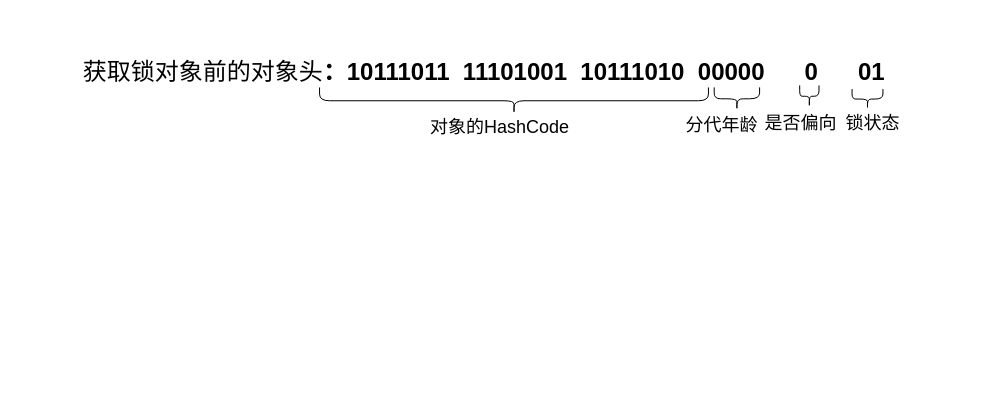
The draw.io diagram 面试官问我sychronized.drawio in JavaLiuTongXue/repo2, before the edit. Source tidied: cells renumbered, new cells numbered last; positions are measured from the earlier drawing's top-left corner, leaving out a move shared by most shapes. Both pictures are drawn from the tidied source at 100%, with x=0, y=0 at pixel (17, -94).
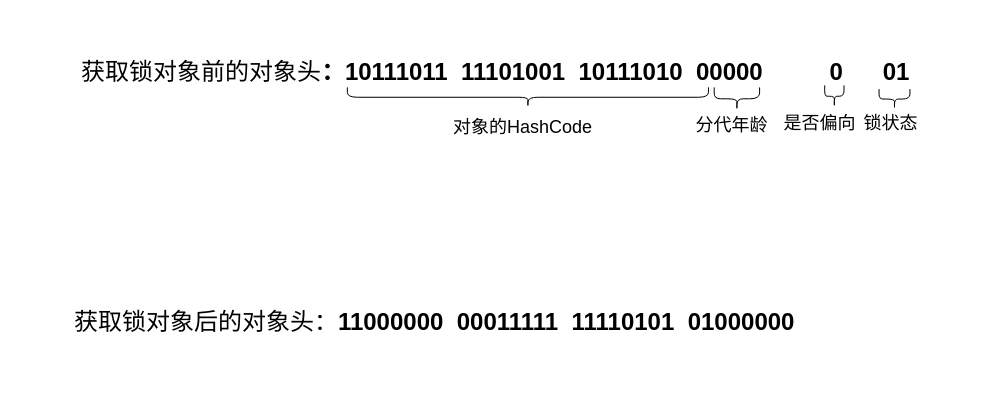
After the change.

Commit message (it also covers changes not shown here):
更新面试官问我sychronized.drawio

Change to the diagram source:
```diff
@@
 <mxGraphModel>
   <root>
     <mxCell id="0" />
     <mxCell id="1" parent="0" />
-    <mxCell id="2" value="&lt;font&gt;&lt;font style=&quot;font-size: 24px&quot;&gt;获取锁对象前的对象头&lt;/font&gt;&lt;span style=&quot;font-weight: bold ; font-size: 24px&quot;&gt;：10111011&amp;nbsp; 11101001&amp;nbsp; 10111010&amp;nbsp; 00000&amp;nbsp; &amp;nbsp; &amp;nbsp; 0&amp;nbsp; &amp;nbsp; &amp;nbsp; 01&amp;nbsp;&lt;/span&gt;&lt;/font&gt;" style="text;html=1;strokeColor=none;fillColor=none;align=center;verticalAlign=middle;whiteSpace=wrap;rounded=0;" parent="1" vertex="1">
-      <mxGeometry y="111" width="940" height="110" as="geometry" />
+    <mxCell id="2" value="&lt;font&gt;&lt;font style=&quot;font-size: 24px&quot;&gt;获取锁对象前的对象头&lt;/font&gt;&lt;span style=&quot;font-weight: bold ; font-size: 24px&quot;&gt;：10111011&amp;nbsp; 11101001&amp;nbsp; 10111010&amp;nbsp; 00000&amp;nbsp; &amp;nbsp; &amp;nbsp; &amp;nbsp; &amp;nbsp; 0&amp;nbsp; &amp;nbsp; &amp;nbsp; 01&amp;nbsp;&lt;/span&gt;&lt;/font&gt;" style="text;html=1;strokeColor=none;fillColor=none;align=center;verticalAlign=middle;whiteSpace=wrap;rounded=0;" parent="1" vertex="1">
+      <mxGeometry x="3" y="111" width="957" height="110" as="geometry" />
     </mxCell>
     <mxCell id="3" style="shape=curlyBracket;whiteSpace=wrap;html=1;rounded=1;flipH=1;fontSize=24;rotation=90;" parent="1" vertex="1">
-      <mxGeometry x="483.2" y="-0.2" width="26.6" height="388.9" as="geometry" />
+      <mxGeometry x="500.5" y="10.2" width="19.8" height="361.1" as="geometry" />
     </mxCell>
     <mxCell id="4" value="&lt;font style=&quot;font-size: 18px ; font-weight: normal&quot;&gt;对象的HashCode&lt;/font&gt;" style="text;strokeColor=none;fillColor=none;html=1;fontSize=24;fontStyle=1;verticalAlign=middle;align=center;" parent="1" vertex="1">
-      <mxGeometry x="432.2" y="199.4" width="100" height="40" as="geometry" />
+      <mxGeometry x="455.2" y="199.4" width="100" height="40" as="geometry" />
     </mxCell>
     <mxCell id="5" style="shape=curlyBracket;whiteSpace=wrap;html=1;rounded=1;flipH=1;fontSize=24;rotation=90;size=0.5;" parent="1" vertex="1">
       <mxGeometry x="708" y="169.6" width="22.8" height="45.4" as="geometry" />
     </mxCell>
     <mxCell id="6" value="&lt;span style=&quot;font-size: 18px ; font-weight: 400&quot;&gt;分代年龄&lt;/span&gt;" style="text;strokeColor=none;fillColor=none;html=1;fontSize=24;fontStyle=1;verticalAlign=middle;align=center;" parent="1" vertex="1">
-      <mxGeometry x="660" y="201.9" width="88.3" height="30.7" as="geometry" />
+      <mxGeometry x="670" y="201.9" width="88.3" height="30.7" as="geometry" />
     </mxCell>
     <mxCell id="7" style="shape=curlyBracket;whiteSpace=wrap;html=1;rounded=1;flipH=1;fontSize=24;rotation=90;size=0.5;" parent="1" vertex="1">
-      <mxGeometry x="781" y="180.1" width="21.7" height="19.3" as="geometry" />
+      <mxGeometry x="806" y="180.1" width="21.7" height="19.3" as="geometry" />
     </mxCell>
     <mxCell id="8" style="shape=curlyBracket;whiteSpace=wrap;html=1;rounded=1;flipH=1;fontSize=24;rotation=90;size=0.5;" parent="1" vertex="1">
-      <mxGeometry x="840" y="177.1" width="20" height="30.9" as="geometry" />
+      <mxGeometry x="867" y="177.1" width="20" height="30.9" as="geometry" />
     </mxCell>
     <mxCell id="9" value="&lt;span style=&quot;font-size: 18px ; font-weight: 400&quot;&gt;锁状态&lt;/span&gt;" style="text;strokeColor=none;fillColor=none;html=1;fontSize=24;fontStyle=1;verticalAlign=middle;align=center;" parent="1" vertex="1">
-      <mxGeometry x="830" y="196.9" width="50" height="35.7" as="geometry" />
+      <mxGeometry x="848" y="196.9" width="50" height="35.7" as="geometry" />
     </mxCell>
     <mxCell id="10" value="&lt;span style=&quot;font-size: 18px ; font-weight: 400&quot;&gt;是否偏向&lt;/span&gt;" style="text;strokeColor=none;fillColor=none;html=1;fontSize=24;fontStyle=1;verticalAlign=middle;align=center;" parent="1" vertex="1">
-      <mxGeometry x="736.7" y="199.4" width="93.3" height="31.6" as="geometry" />
+      <mxGeometry x="755.7" y="199.4" width="93.3" height="31.6" as="geometry" />
     </mxCell>
+    <mxCell id="11" value="&lt;span style=&quot;font-weight: normal&quot;&gt;获取锁对象后的对象头：&lt;/span&gt;11000000&amp;nbsp; 00011111&amp;nbsp; 11110101&amp;nbsp; 01000000&lt;span style=&quot;font-weight: 400&quot;&gt;&amp;nbsp;&lt;/span&gt;" style="text;strokeColor=none;fillColor=none;html=1;fontSize=24;fontStyle=1;verticalAlign=middle;align=center;" parent="1" vertex="1">
+      <mxGeometry x="50" y="351" width="740" height="130" as="geometry" />
+    </mxCell>
   </root>
 </mxGraphModel>
```
